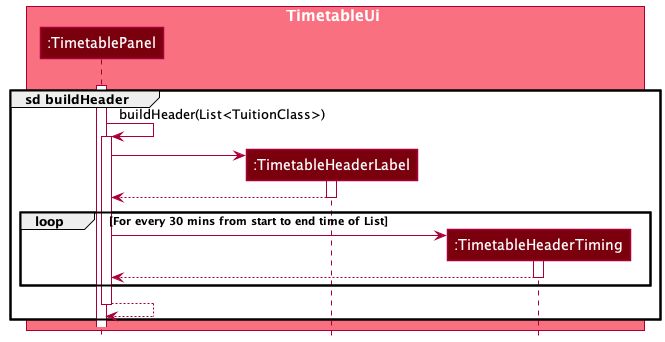
This is docs/images/TimetableUiHeaderSequenceDiagram.png from softmagnet/tp, a PlantUML export, as it was before one commit. Its diagram source:
```plantuml
@startuml
!include style.puml


box TimetableUi MODEL_COLOR_T1
participant ":TimetablePanel" as TimetablePanel MODEL_COLOR_T3
participant ":TimetableHeaderLabel" as TimetableHeaderLabel MODEL_COLOR_T3
participant ":TimetableHeaderTiming" as TimetableHeaderTiming MODEL_COLOR_T3
end box


create TimetablePanel
[-[hidden]-> TimetablePanel
activate TimetablePanel

group sd buildHeader
TimetablePanel -> TimetablePanel : buildHeader(List<TuitionClass>)
activate TimetablePanel

create TimetableHeaderLabel
TimetablePanel -> TimetableHeaderLabel
activate TimetableHeaderLabel
TimetableHeaderLabel --> TimetablePanel
deactivate TimetableHeaderLabel

loop For every 30 mins from start to end time of List
create TimetableHeaderTiming
TimetablePanel -> TimetableHeaderTiming
activate TimetableHeaderTiming
TimetableHeaderTiming --> TimetablePanel
deactivate TimetableHeaderTiming
end


TimetablePanel --> TimetablePanel
deactivate TimetablePanel
end


@enduml
```
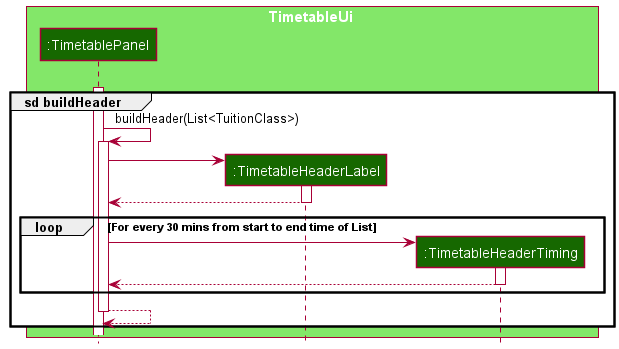
Later version of the same file.

What changed in the source:
```diff
@@ -2,10 +2,10 @@
 !include style.puml
 
 
-box TimetableUi MODEL_COLOR_T1
-participant ":TimetablePanel" as TimetablePanel MODEL_COLOR_T3
-participant ":TimetableHeaderLabel" as TimetableHeaderLabel MODEL_COLOR_T3
-participant ":TimetableHeaderTiming" as TimetableHeaderTiming MODEL_COLOR_T3
+box TimetableUi UI_COLOR_T1
+participant ":TimetablePanel" as TimetablePanel UI_COLOR_T3
+participant ":TimetableHeaderLabel" as TimetableHeaderLabel UI_COLOR_T3
+participant ":TimetableHeaderTiming" as TimetableHeaderTiming UI_COLOR_T3
 end box
 
 
```
